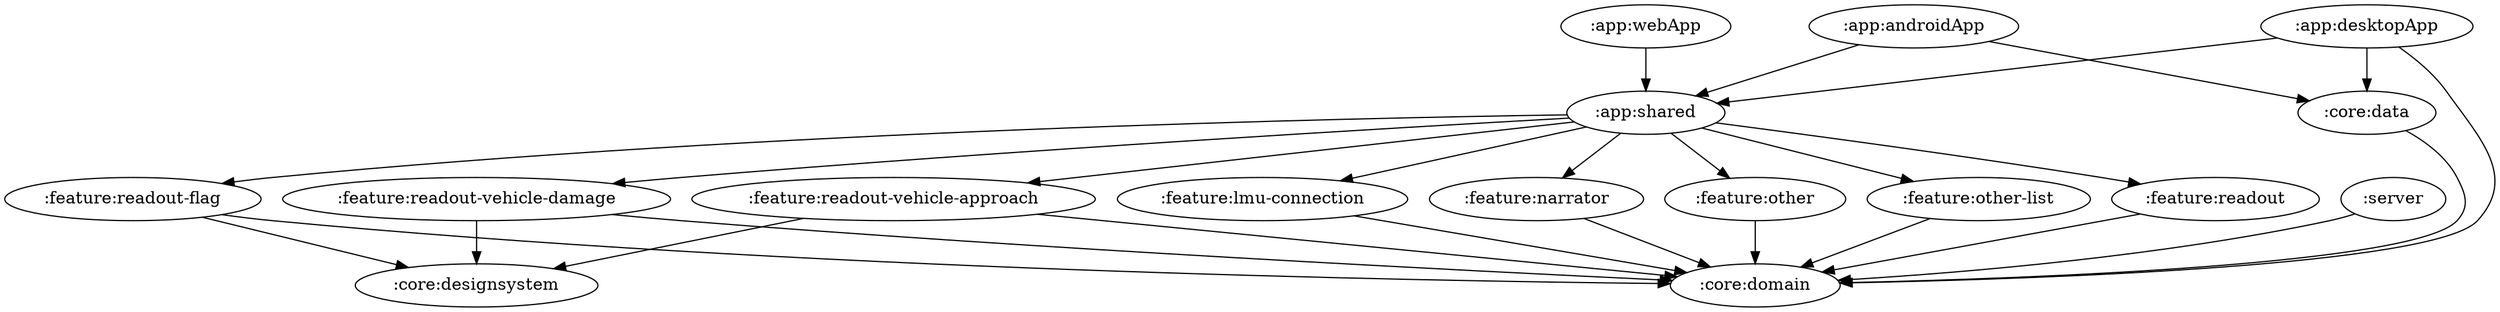
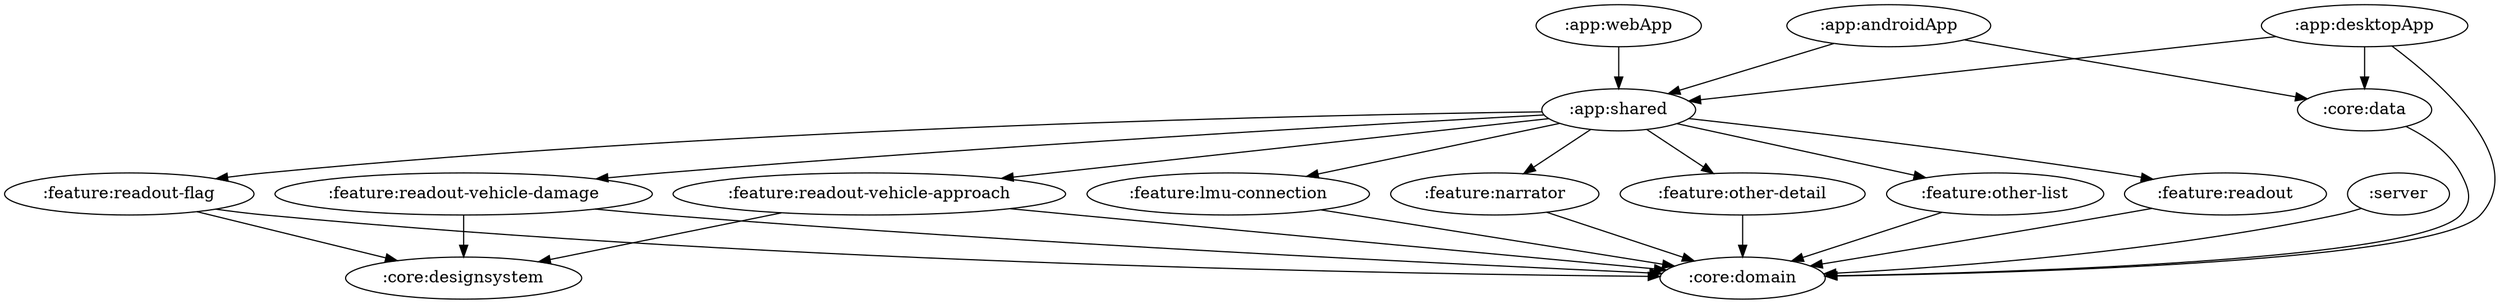
digraph G {
  ":server" -> ":core:domain"
  ":app:androidApp" -> ":app:shared"
  ":app:androidApp" -> ":core:data"
  ":app:desktopApp" -> ":app:shared"
  ":app:desktopApp" -> ":core:data"
  ":app:desktopApp" -> ":core:domain"
  ":app:shared" -> ":feature:lmu-connection"
  ":app:shared" -> ":feature:narrator"
-   ":app:shared" -> ":feature:other"
+   ":app:shared" -> ":feature:other-detail"
  ":app:shared" -> ":feature:other-list"
  ":app:shared" -> ":feature:readout"
  ":app:shared" -> ":feature:readout-vehicle-approach"
  ":app:shared" -> ":feature:readout-flag"
  ":app:shared" -> ":feature:readout-vehicle-damage"
  ":app:webApp" -> ":app:shared"
  ":core:data" -> ":core:domain"
  ":feature:lmu-connection" -> ":core:domain"
  ":feature:narrator" -> ":core:domain"
-   ":feature:other" -> ":core:domain"
+   ":feature:other-detail" -> ":core:domain"
  ":feature:other-list" -> ":core:domain"
  ":feature:readout" -> ":core:domain"
  ":feature:readout-flag" -> ":core:domain"
  ":feature:readout-flag" -> ":core:designsystem"
  ":feature:readout-vehicle-approach" -> ":core:domain"
  ":feature:readout-vehicle-approach" -> ":core:designsystem"
  ":feature:readout-vehicle-damage" -> ":core:domain"
  ":feature:readout-vehicle-damage" -> ":core:designsystem"
}